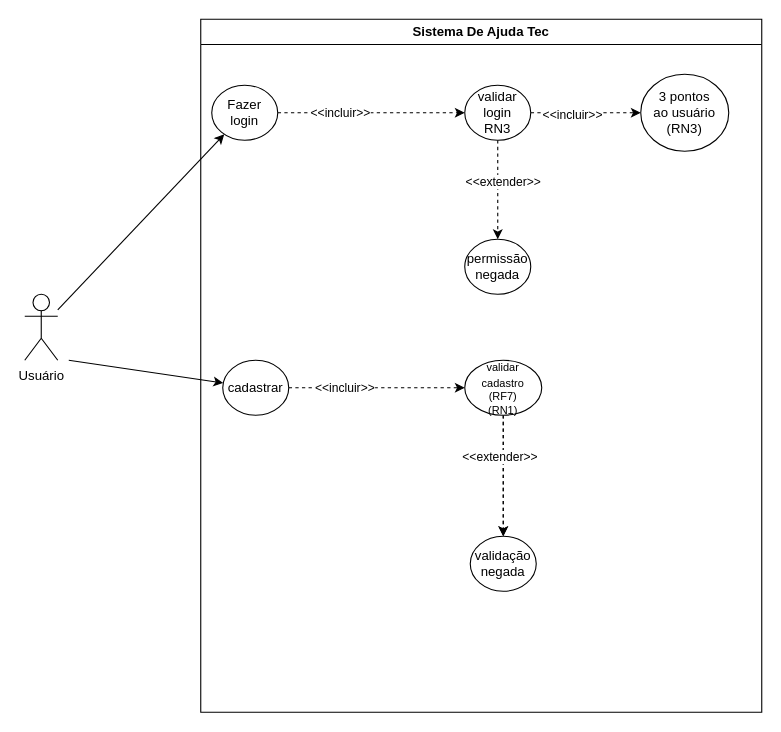
This is page "Page-8" (8 of 9) of Diagrama sem nome.drawio from devguina/CEFET-Software_Engineering, a draw.io file, before an edit. Source tidied: cells renumbered, new cells numbered last; positions are measured from the earlier drawing's top-left corner, leaving out a move shared by most shapes. Both pictures are drawn from the tidied source at 110%, with x=0, y=0 at pixel (24, 19).
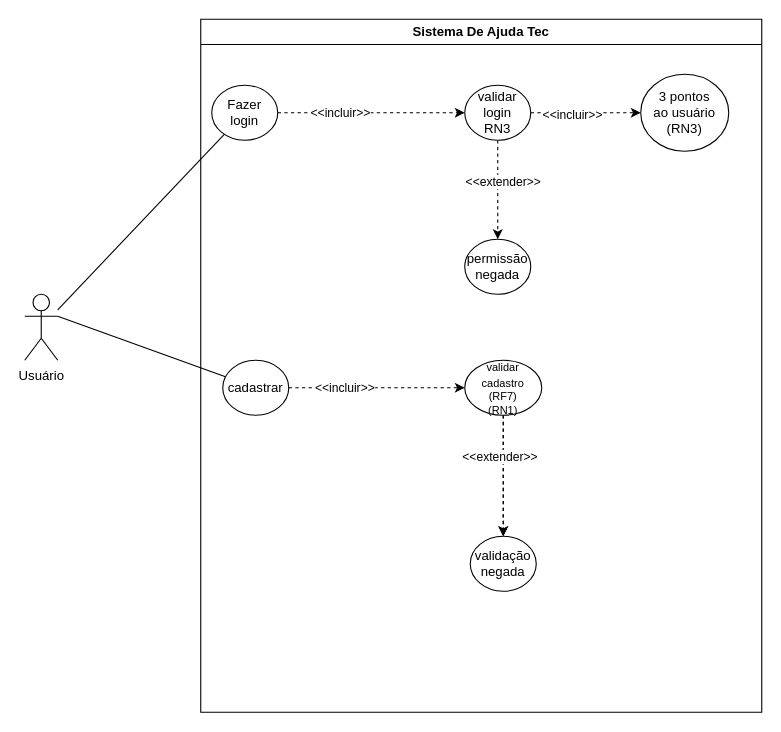
After the change.

The change refers to these unchanged cells:
```xml
<mxCell id="2" value="Usuário" style="shape=umlActor;verticalLabelPosition=bottom;verticalAlign=top;html=1;outlineConnect=0;" parent="1" vertex="1">
  <mxGeometry y="250" width="30" height="60" as="geometry" />
</mxCell>
<mxCell id="6" value="Fazer login" style="ellipse;whiteSpace=wrap;html=1;" parent="3" vertex="1">
  <mxGeometry x="10" y="60" width="60" height="50" as="geometry" />
</mxCell>
<mxCell id="9" value="cadastrar" style="ellipse;whiteSpace=wrap;html=1;" parent="3" vertex="1">
  <mxGeometry x="20" y="310" width="60" height="50" as="geometry" />
</mxCell>
```

Change to the diagram source:
```diff
@@
-    <mxCell id="22" style="endArrow=classic;html=1;rounded=0;" parent="1" edge="1" source="2" target="6">
+    <mxCell id="22" style="endArrow=none;html=1;rounded=0;endFill=0;" parent="1" edge="1" source="2" target="6">
       <mxGeometry relative="1" as="geometry" />
     </mxCell>
-    <mxCell id="23" style="endArrow=classic;html=1;rounded=0;" parent="1" edge="1" target="9">
-      <mxGeometry relative="1" as="geometry">
-        <mxPoint x="40" y="310" as="sourcePoint" />
-      </mxGeometry>
+    <mxCell id="23" style="endArrow=none;html=1;rounded=0;endFill=0;exitX=1;exitY=0.3333333333333333;exitDx=0;exitDy=0;exitPerimeter=0;" parent="1" edge="1" source="2" target="9">
+      <mxGeometry relative="1" as="geometry" />
     </mxCell>
```
